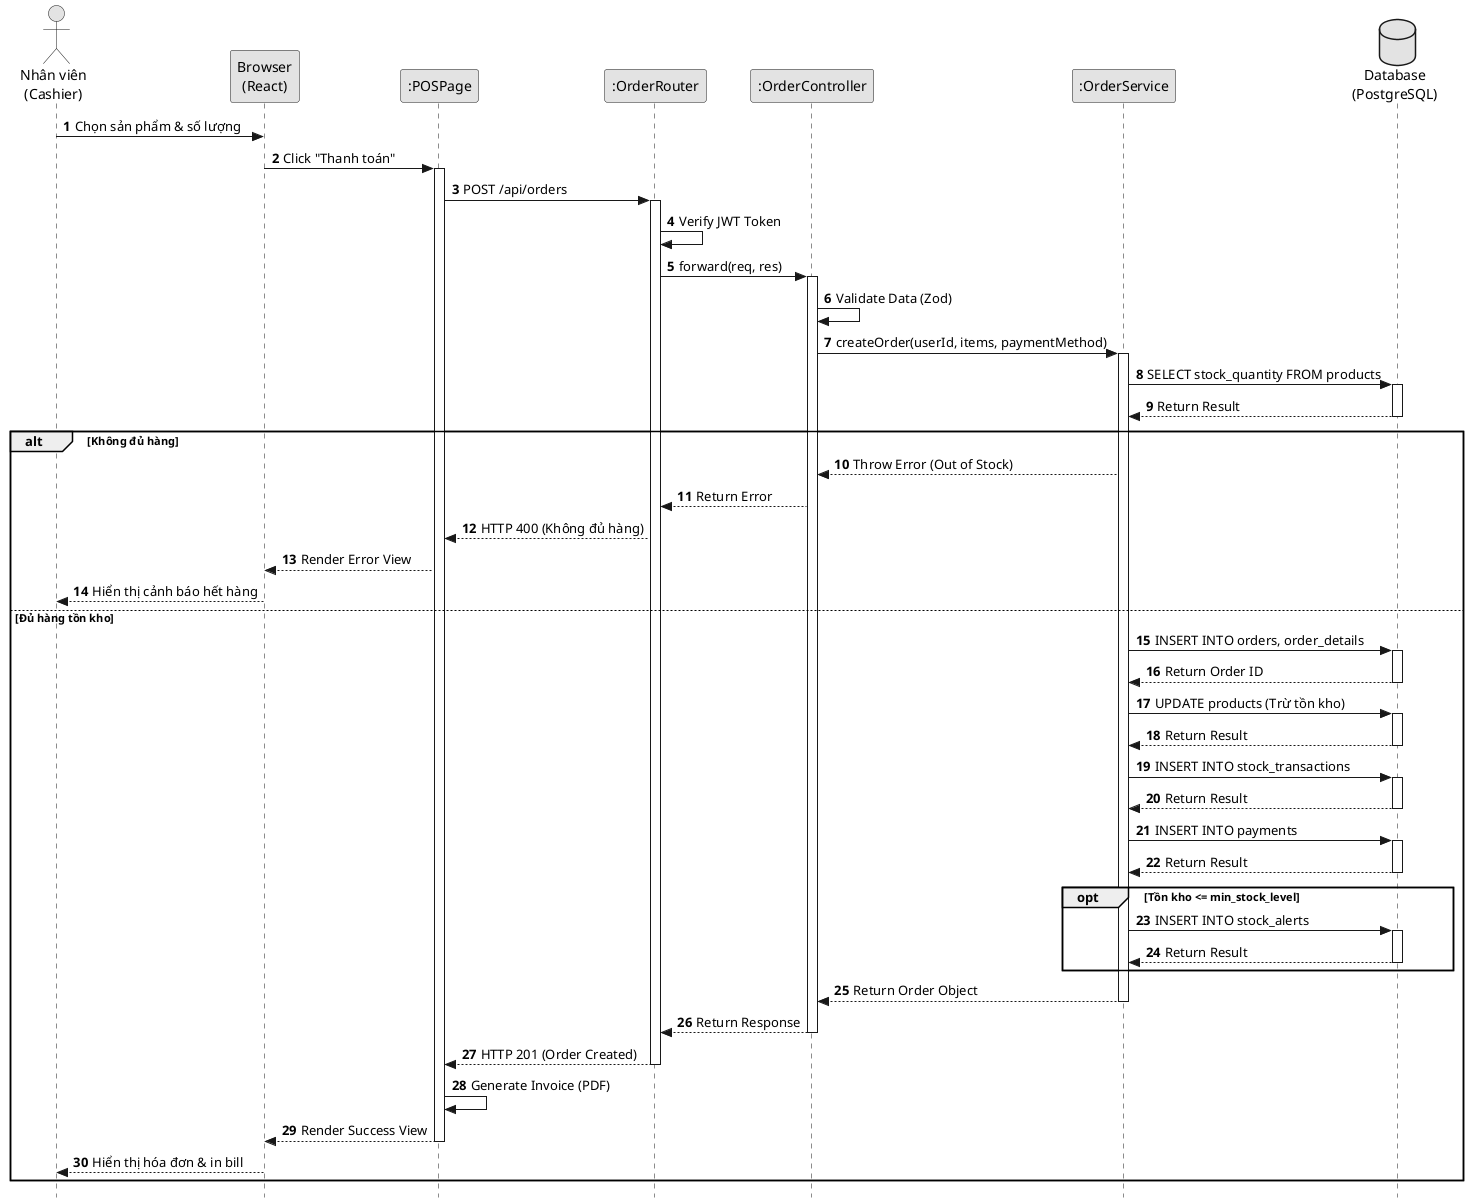
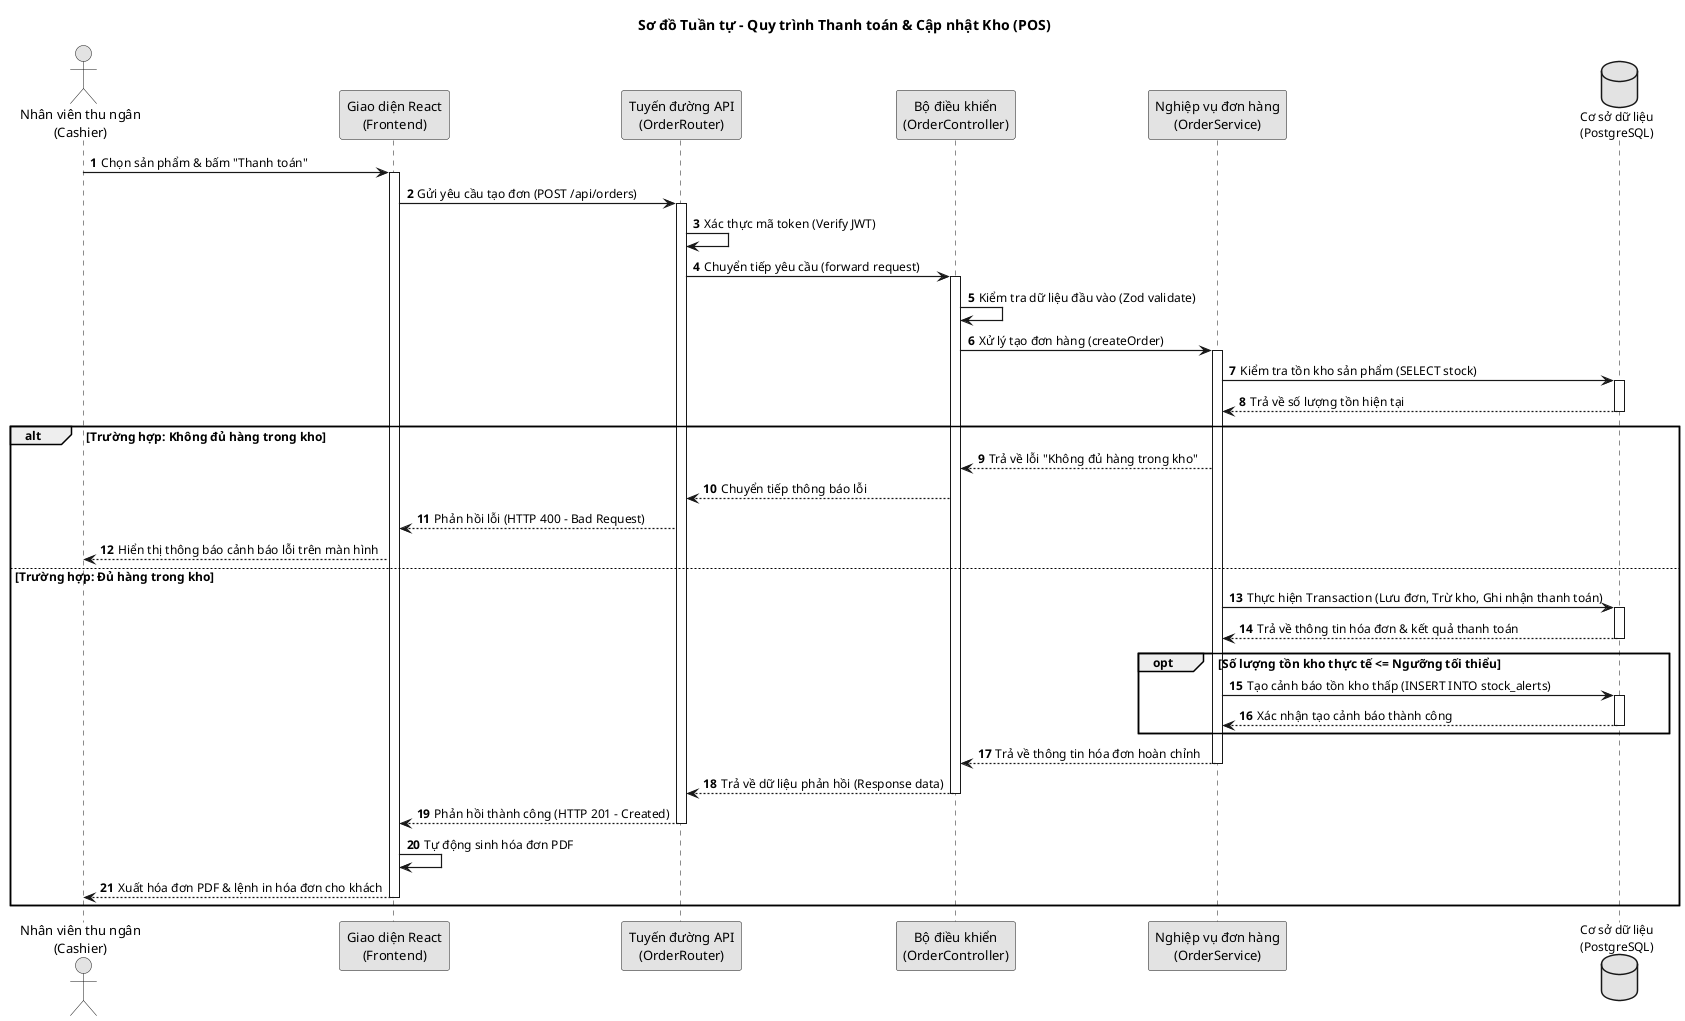
- @startuml Sora_POS_Sequence_Diagram
+ ﻿@startuml Sora_POS_Sequence_Diagram

- skinparam style strictuml
- skinparam defaultFontName "Segoe UI"
+ ' Cấu hình phong cách trắng đen chuyên nghiệp (Monochrome)
skinparam monochrome true
skinparam shadowing false
+ skinparam defaultFontSize 12
+ skinparam LineThickness 1.2
+ skinparam ParticipantFontSize 13
+ skinparam ActorFontSize 13
+ skinparam ArrowThickness 1.2

- actor "Nhân viên\n(Cashier)" as Cashier
- participant "Browser\n(React)" as Browser
- participant ":POSPage" as View
- participant ":OrderRouter" as Router
- participant ":OrderController" as Controller
- participant ":OrderService" as Service
- database "Database\n(PostgreSQL)" as DB
+ title Sơ đồ Tuần tự - Quy trình Thanh toán & Cập nhật Kho (POS)
+ 
+ actor "Nhân viên thu ngân\n(Cashier)" as Cashier
+ participant "Giao diện React\n(Frontend)" as Frontend
+ participant "Tuyến đường API\n(OrderRouter)" as Router
+ participant "Bộ điều khiển\n(OrderController)" as Controller
+ participant "Nghiệp vụ đơn hàng\n(OrderService)" as Service
+ database "Cơ sở dữ liệu\n(PostgreSQL)" as DB

autonumber

- Cashier -> Browser : Chọn sản phẩm & số lượng
- Browser -> View : Click "Thanh toán"
- activate View
- View -> Router : POST /api/orders
+ Cashier -> Frontend : Chọn sản phẩm & bấm "Thanh toán"
+ activate Frontend
+ 
+ Frontend -> Router : Gửi yêu cầu tạo đơn (POST /api/orders)
activate Router

- Router -> Router : Verify JWT Token
+ Router -> Router : Xác thực mã token (Verify JWT)

- Router -> Controller : forward(req, res)
+ Router -> Controller : Chuyển tiếp yêu cầu (forward request)
activate Controller

- Controller -> Controller : Validate Data (Zod)
+ Controller -> Controller : Kiểm tra dữ liệu đầu vào (Zod validate)

- Controller -> Service : createOrder(userId, items, paymentMethod)
+ Controller -> Service : Xử lý tạo đơn hàng (createOrder)
activate Service

- Service -> DB : SELECT stock_quantity FROM products
+ Service -> DB : Kiểm tra tồn kho sản phẩm (SELECT stock)
activate DB
- DB --> Service : Return Result
+ DB --> Service : Trả về số lượng tồn hiện tại
deactivate DB

- alt Không đủ hàng
-   Service --> Controller : Throw Error (Out of Stock)
-   Controller --> Router : Return Error
-   Router --> View : HTTP 400 (Không đủ hàng)
-   View --> Browser : Render Error View
-   Browser --> Cashier : Hiển thị cảnh báo hết hàng
+ alt Trường hợp: Không đủ hàng trong kho
+   Service --> Controller : Trả về lỗi "Không đủ hàng trong kho"
+   Controller --> Router : Chuyển tiếp thông báo lỗi
+   Router --> Frontend : Phản hồi lỗi (HTTP 400 - Bad Request)
+   Frontend --> Cashier : Hiển thị thông báo cảnh báo lỗi trên màn hình

- else Đủ hàng tồn kho
- 
-   Service -> DB : INSERT INTO orders, order_details
+ else Trường hợp: Đủ hàng trong kho
+   Service -> DB : Thực hiện Transaction (Lưu đơn, Trừ kho, Ghi nhận thanh toán)
  activate DB
-   DB --> Service : Return Order ID
+   DB --> Service : Trả về thông tin hóa đơn & kết quả thanh toán
  deactivate DB

-   Service -> DB : UPDATE products (Trừ tồn kho)
-   activate DB
-   DB --> Service : Return Result
-   deactivate DB
- 
-   Service -> DB : INSERT INTO stock_transactions
-   activate DB
-   DB --> Service : Return Result
-   deactivate DB
- 
-   Service -> DB : INSERT INTO payments
-   activate DB
-   DB --> Service : Return Result
-   deactivate DB
- 
-   opt Tồn kho <= min_stock_level
-     Service -> DB : INSERT INTO stock_alerts
+   opt Số lượng tồn kho thực tế <= Ngưỡng tối thiểu
+     Service -> DB : Tạo cảnh báo tồn kho thấp (INSERT INTO stock_alerts)
    activate DB
-     DB --> Service : Return Result
+     DB --> Service : Xác nhận tạo cảnh báo thành công
    deactivate DB
  end

-   Service --> Controller : Return Order Object
+   Service --> Controller : Trả về thông tin hóa đơn hoàn chỉnh
  deactivate Service

-   Controller --> Router : Return Response
+   Controller --> Router : Trả về dữ liệu phản hồi (Response data)
  deactivate Controller

-   Router --> View : HTTP 201 (Order Created)
+   Router --> Frontend : Phản hồi thành công (HTTP 201 - Created)
  deactivate Router

-   View -> View : Generate Invoice (PDF)
- 
-   View --> Browser : Render Success View
-   deactivate View
- 
-   Browser --> Cashier : Hiển thị hóa đơn & in bill
- 
+   Frontend -> Frontend : Tự động sinh hóa đơn PDF
+   Frontend --> Cashier : Xuất hóa đơn PDF & lệnh in hóa đơn cho khách
+   deactivate Frontend
end

@enduml
